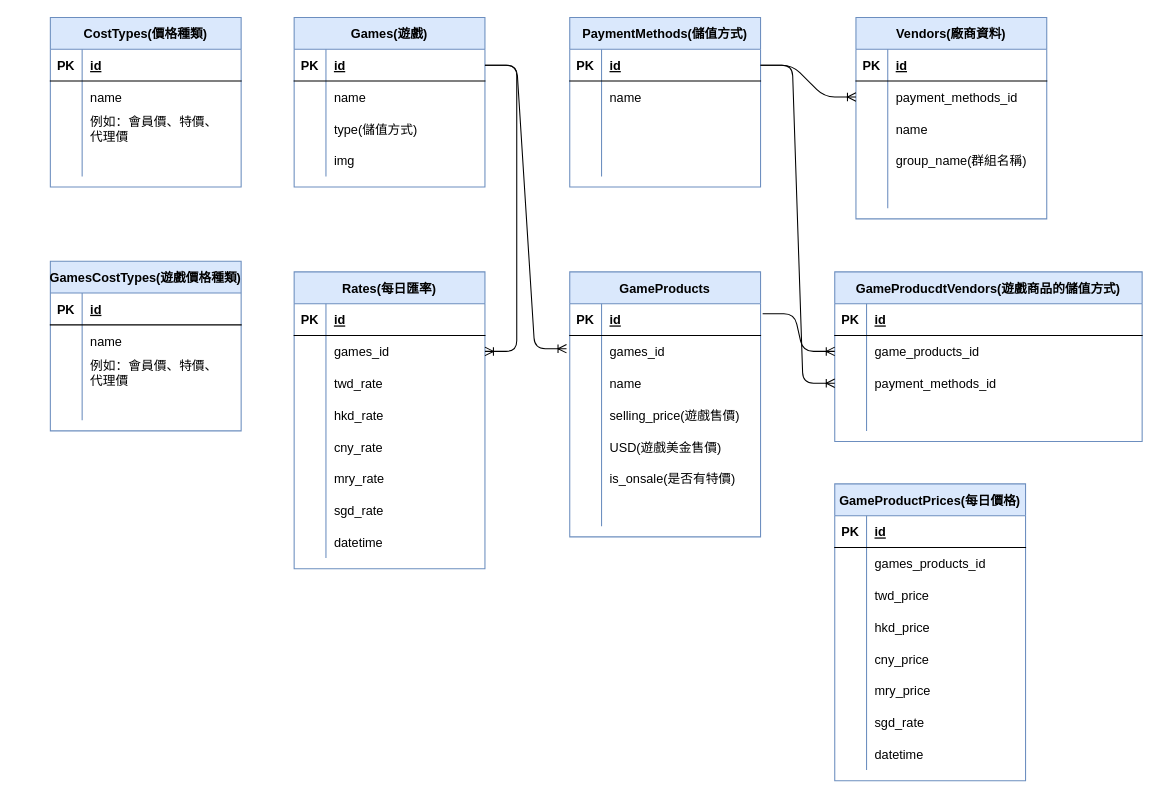
SuHsienChin/website keeps this draw.io diagram as Untitled Diagram.drawio. Above is the earlier version. Source tidied: cells renumbered, new cells numbered last; positions are measured from the earlier drawing's top-left corner, leaving out a move shared by most shapes. Both pictures are drawn from the tidied source at 106%, with x=0, y=0 at pixel (50, 17).
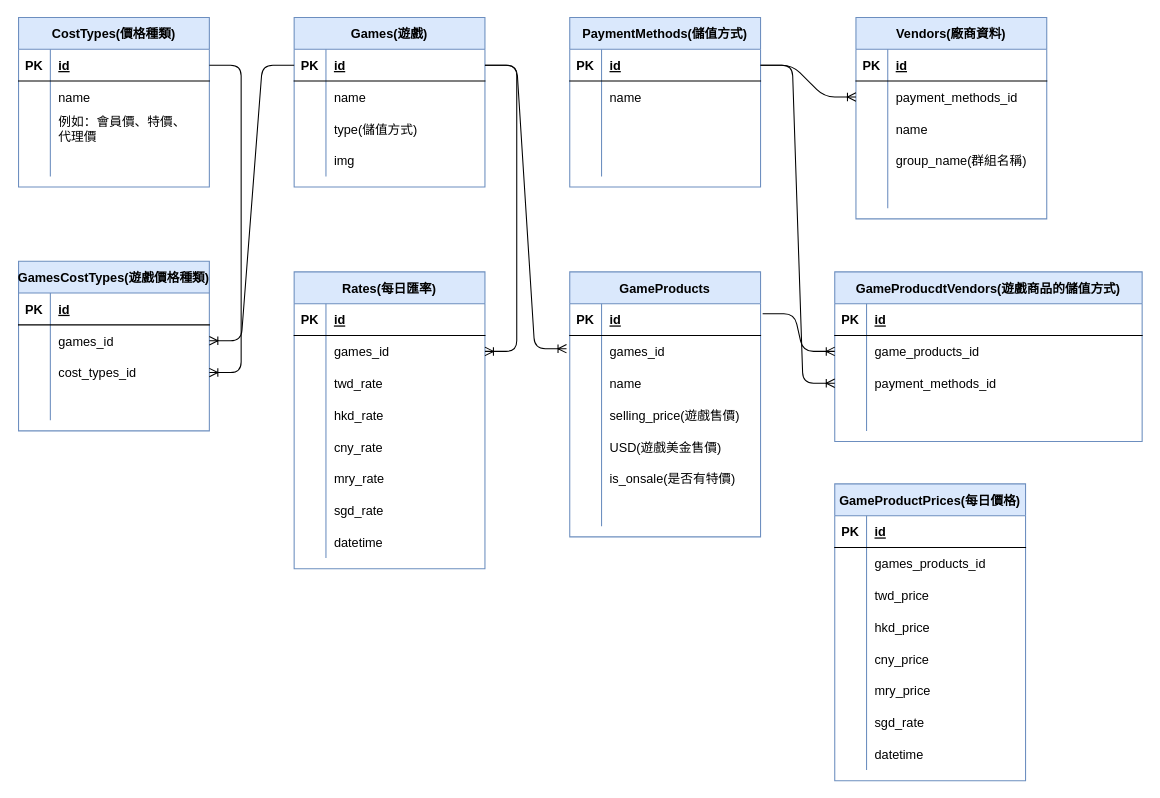
The same diagram, later.

Unchanged cells that the change refers to:
```xml
<mxCell id="3" style="shape=partialRectangle;fillColor=none;top=0;left=0;bottom=1;right=0;points=[[0,0.5],[1,0.5]];portConstraint=eastwest;" parent="2" vertex="1">
  <mxGeometry y="30" width="180" height="30" as="geometry" />
</mxCell>
<mxCell id="135" style="shape=partialRectangle;fillColor=none;top=0;left=0;bottom=1;right=0;points=[[0,0.5],[1,0.5]];portConstraint=eastwest;" parent="134" vertex="1">
  <mxGeometry y="30" width="180" height="30" as="geometry" />
</mxCell>
<mxCell id="151" style="shape=partialRectangle;fillColor=none;top=0;left=0;bottom=0;right=0;points=[[0,0.5],[1,0.5]];portConstraint=eastwest;" parent="147" vertex="1">
  <mxGeometry y="60" width="180" height="30" as="geometry" />
</mxCell>
<mxCell id="154" style="shape=partialRectangle;fillColor=none;top=0;left=0;bottom=0;right=0;points=[[0,0.5],[1,0.5]];portConstraint=eastwest;" parent="147" vertex="1">
  <mxGeometry y="90" width="180" height="30" as="geometry" />
</mxCell>
```

The edit, as a diff of the source:
```diff
@@
     <mxCell id="134" value="CostTypes(價格種類)" style="shape=table;startSize=30;childLayout=tableLayout;rowLines=0;fontStyle=1;align=center;fillColor=#dae8fc;strokeColor=#6c8ebf;" parent="1" vertex="1">
-      <mxGeometry width="180" height="160" as="geometry" />
+      <mxGeometry x="-30" width="180" height="160" as="geometry" />
     </mxCell>
@@
     <mxCell id="147" value="GamesCostTypes(遊戲價格種類)" style="shape=table;startSize=30;childLayout=tableLayout;rowLines=0;fontStyle=1;align=center;fillColor=#dae8fc;strokeColor=#6c8ebf;" parent="1" vertex="1">
-      <mxGeometry y="230" width="180" height="160" as="geometry" />
+      <mxGeometry x="-30" y="230" width="180" height="160" as="geometry" />
     </mxCell>
@@
-    <mxCell id="153" value="name" style="shape=partialRectangle;fillColor=none;top=0;left=0;bottom=0;right=0;align=left;spacingLeft=6;overflow=hidden;" parent="151" vertex="1">
+    <mxCell id="153" value="games_id" style="shape=partialRectangle;fillColor=none;top=0;left=0;bottom=0;right=0;align=left;spacingLeft=6;overflow=hidden;" parent="151" vertex="1">
       <mxGeometry x="30" width="150" height="30" as="geometry" />
     </mxCell>
@@
-    <mxCell id="156" value="例如：會員價、特價、&#10;代理價" style="shape=partialRectangle;fillColor=none;top=0;left=0;bottom=0;right=0;align=left;spacingLeft=6;overflow=hidden;" parent="154" vertex="1">
+    <mxCell id="156" value="cost_types_id" style="shape=partialRectangle;fillColor=none;top=0;left=0;bottom=0;right=0;align=left;spacingLeft=6;overflow=hidden;" parent="154" vertex="1">
       <mxGeometry x="30" width="150" height="30" as="geometry" />
     </mxCell>
@@
+    <mxCell id="160" style="edgeStyle=entityRelationEdgeStyle;fontSize=12;html=1;endArrow=ERoneToMany;exitX=0;exitY=0.5;exitDx=0;exitDy=0;" parent="1" edge="1" source="3" target="151">
+      <mxGeometry relative="1" as="geometry" />
+    </mxCell>
+    <mxCell id="161" style="edgeStyle=entityRelationEdgeStyle;fontSize=12;html=1;endArrow=ERoneToMany;exitX=1;exitY=0.5;exitDx=0;exitDy=0;" parent="1" edge="1" source="135" target="154">
+      <mxGeometry relative="1" as="geometry" />
+    </mxCell>
```
